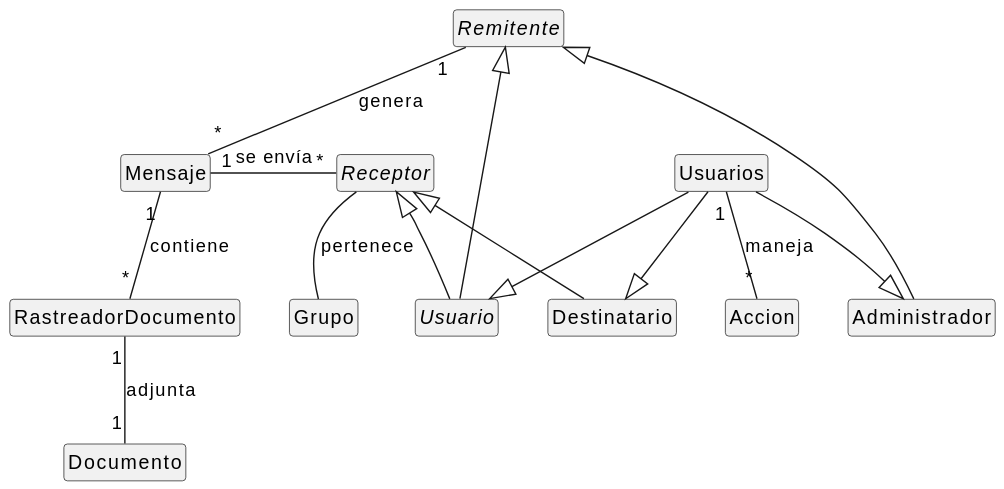
mmasias/24-25-IdSw1-SDR keeps this PlantUML diagram as docs/modeloDeDominio/diagramaDeClases/diagramaClasesIteracion3.svg. Above is the earlier version. Its diagram source:
```plantuml
@startuml
hide empty members
hide circle

abstract Remitente

class Accion

abstract Usuario

class Accion

class Mensaje

class RastreadorDocumento

abstract Receptor

class Destinatario

class Administrador

class Grupo

class Documento

Usuarios --|> Administrador
Usuarios --|> Usuario
Usuarios --|> Destinatario

Remitente <|-- Administrador
Remitente <|-- Usuario

Receptor <|-- Destinatario
Receptor <|-- Usuario
Receptor -- Grupo : pertenece

Usuarios "1"--"*" Accion : maneja

Remitente "1"--"*" Mensaje : genera

Mensaje  "1"--"*" RastreadorDocumento : contiene

Mensaje  "1"-r-"*" Receptor : se envía

RastreadorDocumento "1"--"1" Documento: adjunta
@enduml
```
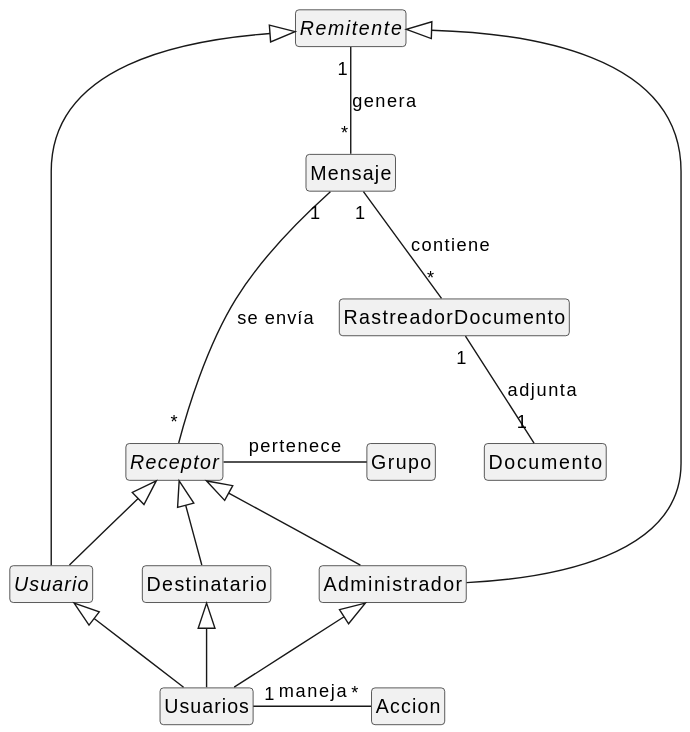
Later version of the same file.

Commit message:
FEAT: update class diagrams for iteration 3 and remove outdated state diagram

The edit, as a diff of the source:
```diff
@@ -24,18 +24,20 @@
 
 class Documento
 
-Usuarios --|> Administrador
-Usuarios --|> Usuario
-Usuarios --|> Destinatario
+Usuarios -u-|> Administrador
+Usuarios -u-|> Usuario
+Usuarios -u-|> Destinatario
 
 Remitente <|-- Administrador
-Remitente <|-- Usuario
+Remitente <|----- Usuario
 
 Receptor <|-- Destinatario
 Receptor <|-- Usuario
-Receptor -- Grupo : pertenece
+Receptor <|-- Administrador
 
-Usuarios "1"--"*" Accion : maneja
+Receptor -r- Grupo : pertenece
+
+Usuarios "1"-r-"*" Accion : maneja
 
 Remitente "1"--"*" Mensaje : genera
 
```
